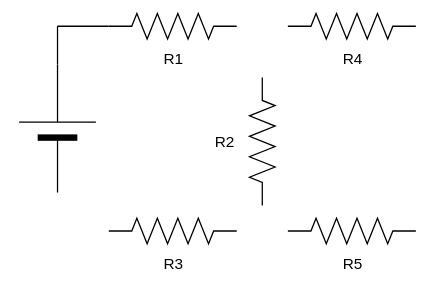
recio24/Obsidian-vault keeps this draw.io diagram as GS_Mecatronica/2º Año/Sistemas eléctricos y electrónicos/Corriente continua/Ejercicios/Untitled Diagram.svg. Above is the earlier version. Source tidied: cells renumbered, new cells last; positions are measured from the earlier drawing's top-left corner, leaving out a move shared by most shapes.
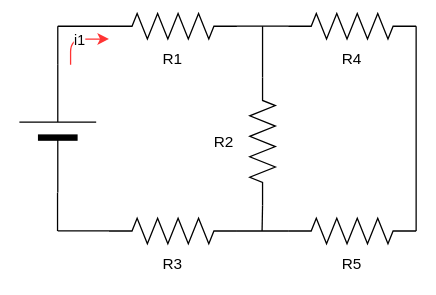
Above is the later version.

Commit message:
vault backup: 2025-11-04 15:19:55

The edit, as a diff of the source:
```diff
@@ -46,5 +46,65 @@
         <mxPoint x="50" y="10" as="sourcePoint" />
       </mxGeometry>
     </mxCell>
+    <mxCell id="15" style="endArrow=none;html=1;" parent="1" edge="1">
+      <mxGeometry relative="1" as="geometry">
+        <mxPoint x="190" y="9.9" as="sourcePoint" />
+        <mxPoint x="230" y="9.9" as="targetPoint" />
+      </mxGeometry>
+    </mxCell>
+    <mxCell id="16" style="endArrow=none;html=1;entryX=0;entryY=0.5;entryDx=0;entryDy=0;entryPerimeter=0;" parent="1" edge="1" target="3">
+      <mxGeometry relative="1" as="geometry">
+        <mxPoint x="210" y="10" as="sourcePoint" />
+        <Array as="points">
+          <mxPoint x="210" y="30" />
+        </Array>
+      </mxGeometry>
+    </mxCell>
+    <mxCell id="17" style="endArrow=none;html=1;entryX=1;entryY=0.5;entryDx=0;entryDy=0;entryPerimeter=0;" parent="1" edge="1" target="6">
+      <mxGeometry relative="1" as="geometry">
+        <mxPoint x="330" y="10" as="sourcePoint" />
+        <Array as="points">
+          <mxPoint x="330" y="30" />
+        </Array>
+      </mxGeometry>
+    </mxCell>
+    <mxCell id="18" style="endArrow=none;html=1;entryX=0;entryY=0.5;entryDx=0;entryDy=0;entryPerimeter=0;exitX=0;exitY=0.5;exitDx=0;exitDy=0;exitPerimeter=0;" parent="1" edge="1" source="6">
+      <mxGeometry relative="1" as="geometry">
+        <mxPoint x="190" y="170" as="targetPoint" />
+      </mxGeometry>
+    </mxCell>
+    <mxCell id="19" style="endArrow=none;html=1;" parent="1" edge="1">
+      <mxGeometry relative="1" as="geometry">
+        <mxPoint x="50" y="169.8" as="sourcePoint" />
+        <mxPoint x="90" y="169.8" as="targetPoint" />
+      </mxGeometry>
+    </mxCell>
+    <mxCell id="20" style="endArrow=none;html=1;entryX=1;entryY=0.5;entryDx=0;entryDy=0;entryPerimeter=0;" parent="1" edge="1">
+      <mxGeometry relative="1" as="geometry">
+        <mxPoint x="49.8" y="140" as="sourcePoint" />
+        <mxPoint x="49.8" y="170" as="targetPoint" />
+      </mxGeometry>
+    </mxCell>
+    <mxCell id="21" style="endArrow=none;html=1;entryX=0;entryY=0.5;entryDx=0;entryDy=0;entryPerimeter=0;" parent="1" edge="1">
+      <mxGeometry relative="1" as="geometry">
+        <mxPoint x="210" y="150" as="sourcePoint" />
+        <mxPoint x="209.6" y="170" as="targetPoint" />
+        <Array as="points">
+          <mxPoint x="209.6" y="150" />
+        </Array>
+      </mxGeometry>
+    </mxCell>
+    <mxCell id="22" style="endArrow=classic;html=1;strokeColor=#FF3333;" parent="1" edge="1">
+      <mxGeometry relative="1" as="geometry">
+        <mxPoint x="60" y="40" as="sourcePoint" />
+        <mxPoint x="90" y="20" as="targetPoint" />
+        <Array as="points">
+          <mxPoint x="60" y="20" />
+        </Array>
+      </mxGeometry>
+    </mxCell>
+    <mxCell id="23" value="i1" style="edgeLabel;html=1;align=center;verticalAlign=middle;" parent="22" vertex="1">
+      <mxGeometry x="0.03" relative="1" as="geometry" />
+    </mxCell>
   </root>
 </mxGraphModel>
```
